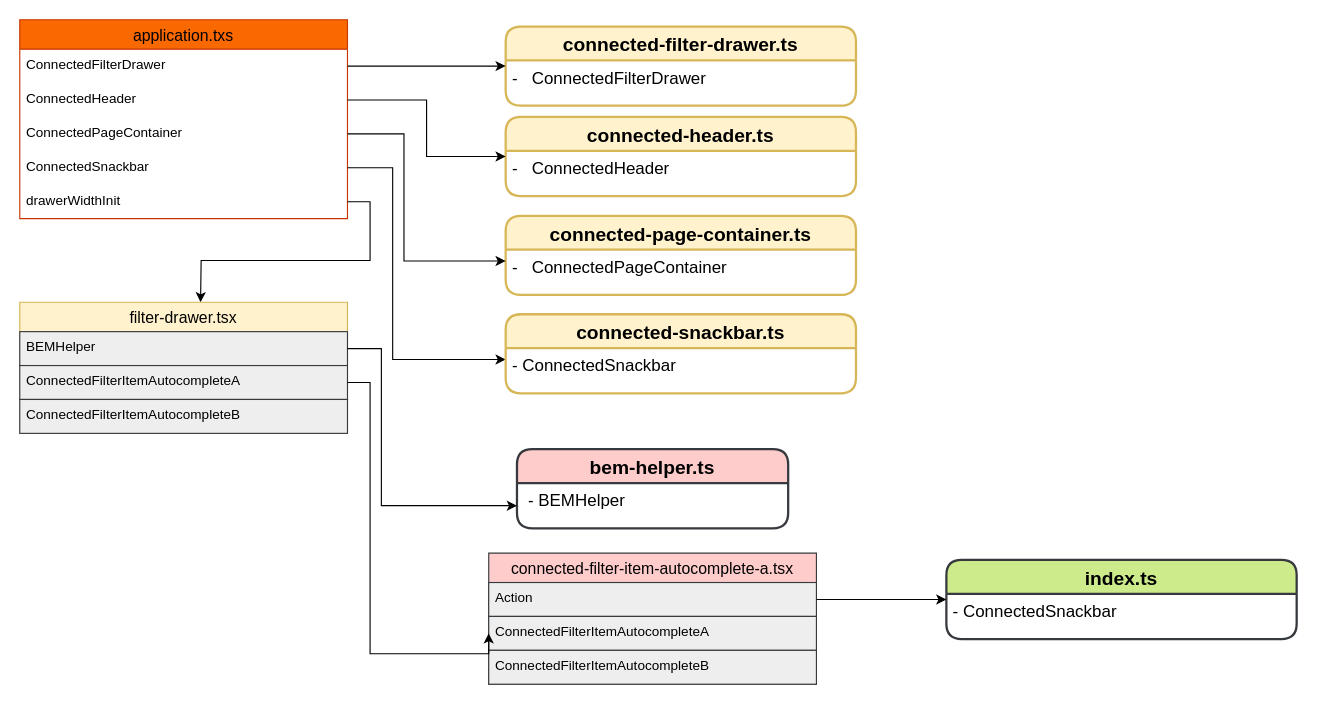
prangk/cat keeps this draw.io diagram as Untitled Diagram.drawio. Above is the earlier version. Source tidied: cells renumbered, new cells numbered last; positions are measured from the earlier drawing's top-left corner, leaving out a move shared by most shapes. Both pictures are drawn from the tidied source at 113%, with x=0, y=0 at pixel (19, 19).
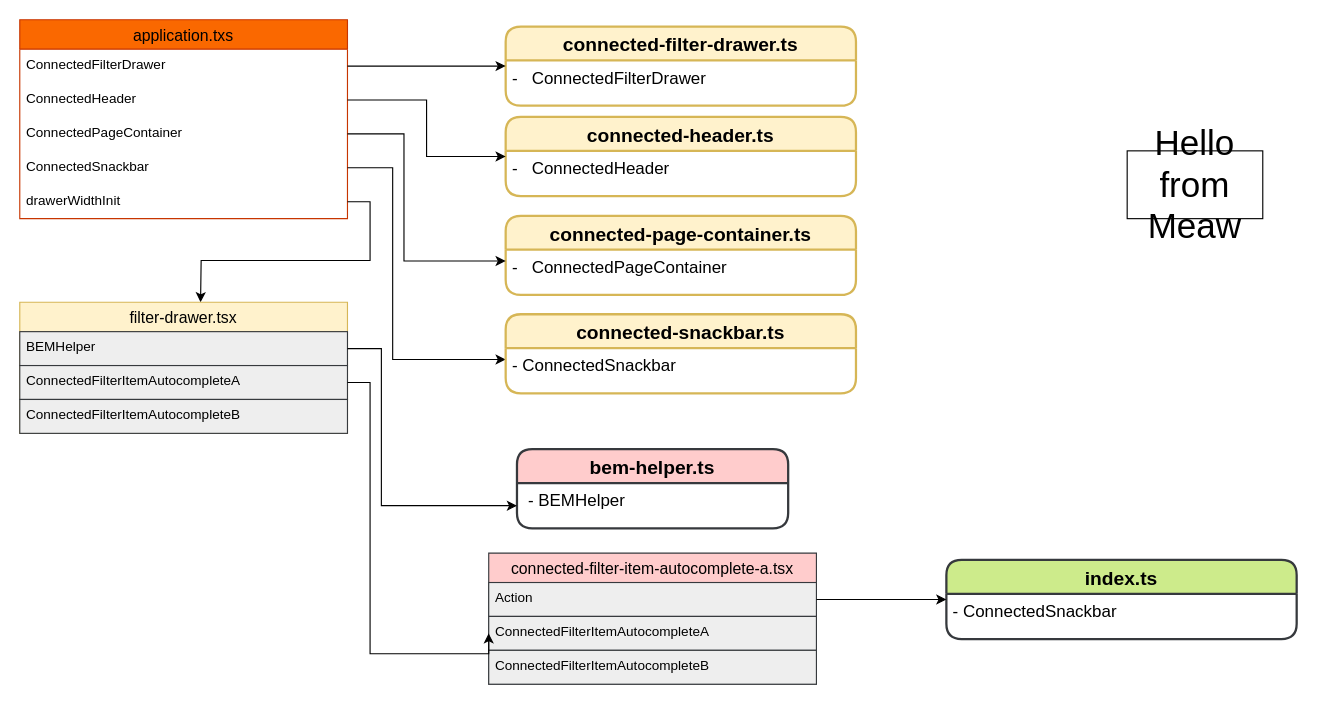
After the change.

What changed in the source:
```diff
@@
+    <mxCell id="36" value="&lt;font style=&quot;font-size: 31px&quot;&gt;Hello&lt;br&gt;from Meaw&lt;/font&gt;" style="rounded=0;whiteSpace=wrap;html=1;" parent="1" vertex="1">
+      <mxGeometry x="980" y="116" width="120" height="60" as="geometry" />
+    </mxCell>
```
